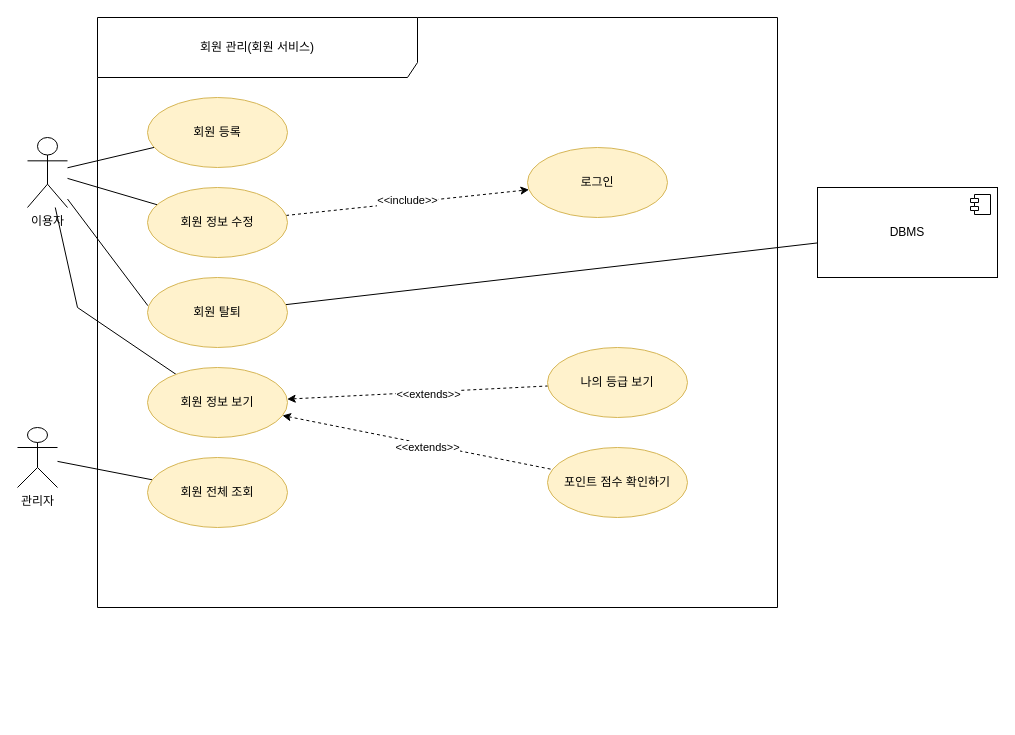
Earlier version of the draw.io diagram 회원관리 유즈케이스.drawio (MinDongbeom/multi_it_test). Source tidied: cells renumbered, new cells numbered last; positions are measured from the earlier drawing's top-left corner, leaving out a move shared by most shapes. Both pictures are drawn from the tidied source at 100%, with x=0, y=0 at pixel (17, 17).
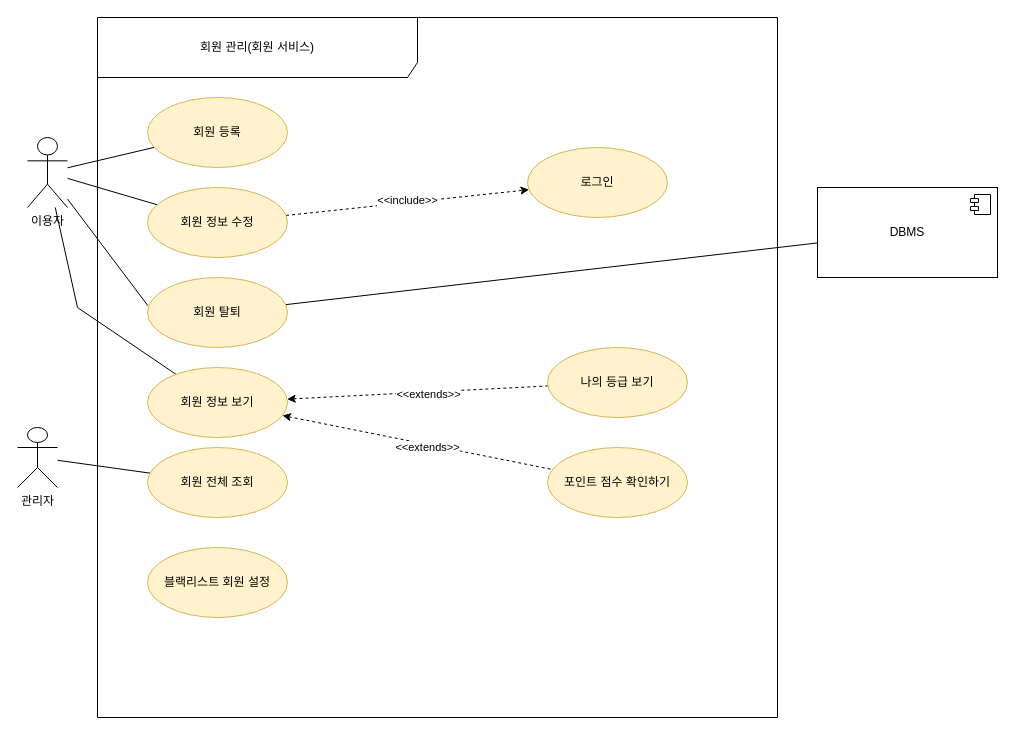
The same diagram, later.

Commit message:
회원관리 유즈케이스.drawio 업데이트

The edit, as a diff of the source:
```diff
@@
     <mxCell id="7" value="회원 관리(회원 서비스)" style="shape=umlFrame;whiteSpace=wrap;html=1;width=320;height=60;" parent="1" vertex="1">
-      <mxGeometry x="80" width="680" height="590" as="geometry" />
+      <mxGeometry x="80" width="680" height="700" as="geometry" />
     </mxCell>
@@
     <mxCell id="11" value="회원 전체 조회" style="ellipse;whiteSpace=wrap;html=1;fillColor=#fff2cc;strokeColor=#d6b656;" parent="1" vertex="1">
-      <mxGeometry x="130" y="440" width="140" height="70" as="geometry" />
+      <mxGeometry x="130" y="430" width="140" height="70" as="geometry" />
     </mxCell>
@@
+    <mxCell id="27" value="블랙리스트 회원 설정" style="ellipse;whiteSpace=wrap;html=1;fillColor=#fff2cc;strokeColor=#d6b656;" parent="1" vertex="1">
+      <mxGeometry x="130" y="530" width="140" height="70" as="geometry" />
+    </mxCell>
```
